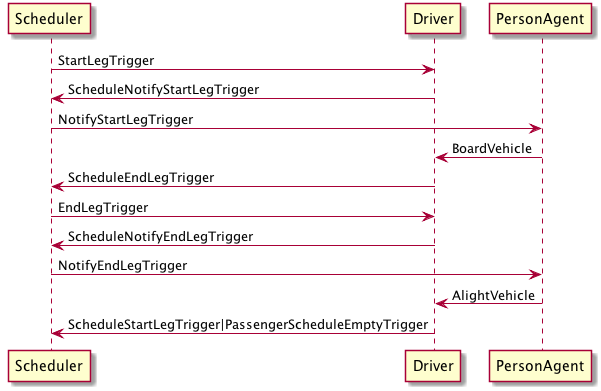
LBNL-UCB-STI/beam keeps this PlantUML diagram as docs/_static/uml/ProtocolDriving.png. Above is the earlier version. Source of this version:
```plantuml
@startuml
Scheduler -> Driver: StartLegTrigger
Driver -> Scheduler: ScheduleNotifyStartLegTrigger
Scheduler -> PersonAgent: NotifyStartLegTrigger
PersonAgent -> Driver: BoardVehicle
Driver -> Scheduler: ScheduleEndLegTrigger
Scheduler -> Driver: EndLegTrigger
Driver -> Scheduler: ScheduleNotifyEndLegTrigger
Scheduler -> PersonAgent: NotifyEndLegTrigger
PersonAgent -> Driver: AlightVehicle
Driver -> Scheduler: ScheduleStartLegTrigger|PassengerScheduleEmptyTrigger
@enduml
```
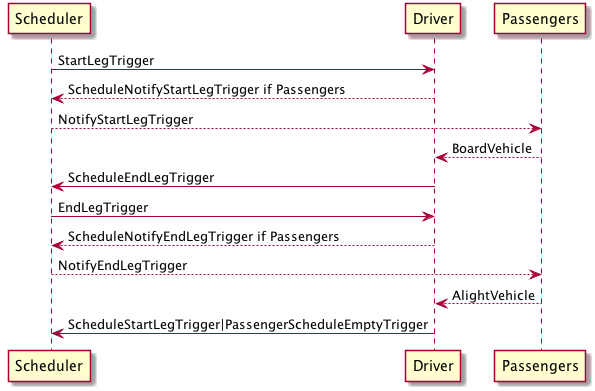
Later version of the same file.

Diff of the diagram source:
```diff
@@ -1,12 +1,12 @@
 @startuml
 Scheduler -> Driver: StartLegTrigger
-Driver -> Scheduler: ScheduleNotifyStartLegTrigger
-Scheduler -> PersonAgent: NotifyStartLegTrigger
-PersonAgent -> Driver: BoardVehicle
+Driver --> Scheduler: ScheduleNotifyStartLegTrigger if Passengers
+Scheduler --> Passengers: NotifyStartLegTrigger
+Passengers --> Driver: BoardVehicle
 Driver -> Scheduler: ScheduleEndLegTrigger
 Scheduler -> Driver: EndLegTrigger
-Driver -> Scheduler: ScheduleNotifyEndLegTrigger
-Scheduler -> PersonAgent: NotifyEndLegTrigger
-PersonAgent -> Driver: AlightVehicle
+Driver --> Scheduler: ScheduleNotifyEndLegTrigger if Passengers
+Scheduler --> Passengers: NotifyEndLegTrigger
+Passengers --> Driver: AlightVehicle
 Driver -> Scheduler: ScheduleStartLegTrigger|PassengerScheduleEmptyTrigger
 @enduml
```
